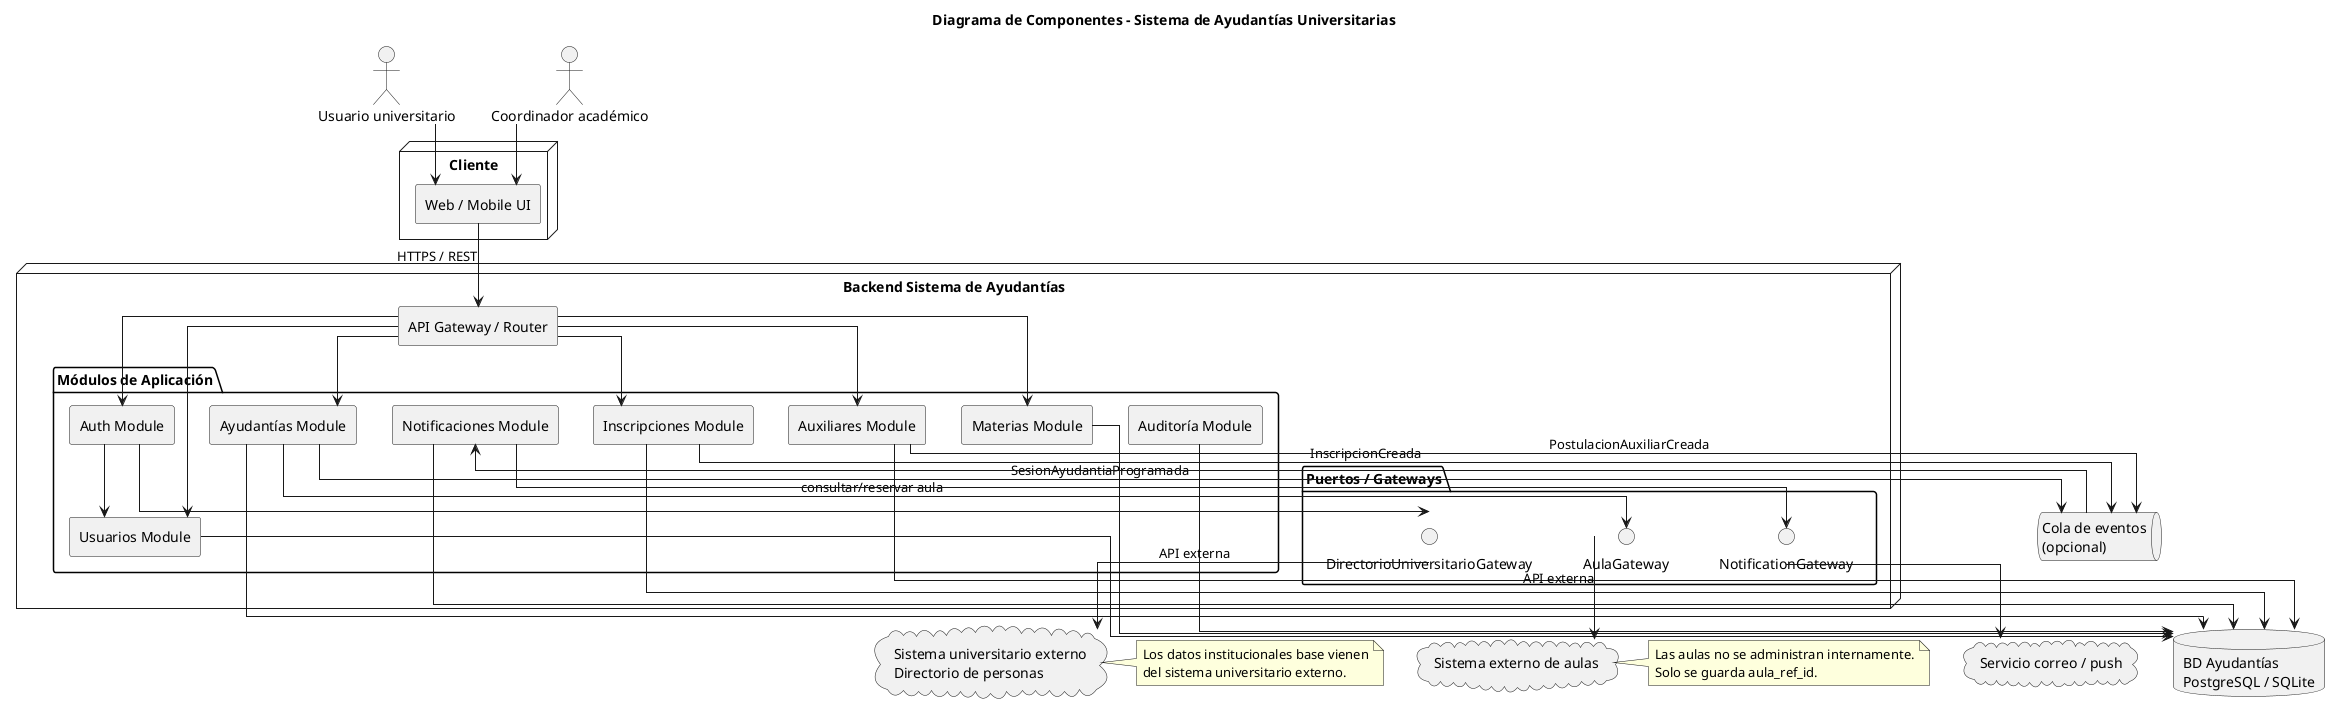
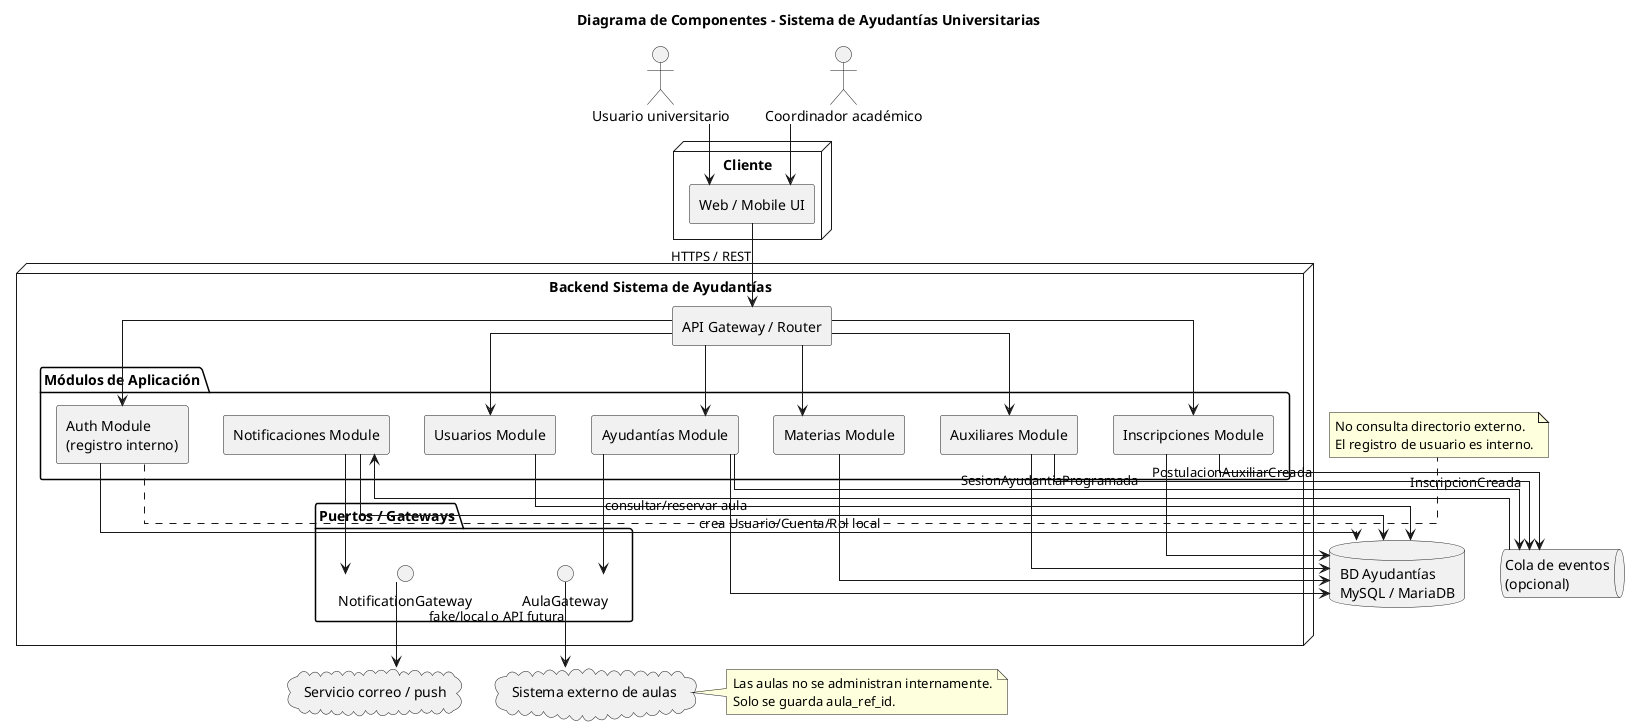
@startuml
- ' ============================================================
- ' DIAGRAMA DE COMPONENTES - Sistema de Ayudantías Universitarias
- ' ============================================================
- 
skinparam componentStyle rectangle
skinparam shadowing false
skinparam linetype ortho

title Diagrama de Componentes - Sistema de Ayudantías Universitarias

actor "Usuario universitario" as Usuario
actor "Coordinador académico" as Coordinador

node "Cliente" {
  component "Web / Mobile UI" as Frontend
}

node "Backend Sistema de Ayudantías" {

  component "API Gateway / Router" as Gateway

  package "Módulos de Aplicación" {
-     component "Auth Module" as Auth
+     component "Auth Module\n(registro interno)" as Auth
    component "Usuarios Module" as Usuarios
    component "Materias Module" as Materias
    component "Ayudantías Module" as Ayudantias
    component "Inscripciones Module" as Inscripciones
    component "Auxiliares Module" as Auxiliares
-     component "Auditoría Module" as Auditoria
    component "Notificaciones Module" as Notificaciones
  }

  package "Puertos / Gateways" {
-     interface "DirectorioUniversitarioGateway" as DirectorioGateway
    interface "AulaGateway" as AulaGateway
    interface "NotificationGateway" as NotificationGateway
  }
}

- database "BD Ayudantías\nPostgreSQL / SQLite" as DB
+ database "BD Ayudantías\nMySQL / MariaDB" as DB
queue "Cola de eventos\n(opcional)" as Broker
- cloud "Sistema universitario externo\nDirectorio de personas" as DirectorioExterno
cloud "Sistema externo de aulas" as AulasExternas
cloud "Servicio correo / push" as ServicioNotificacion

Usuario --> Frontend
Coordinador --> Frontend
Frontend --> Gateway : HTTPS / REST

Gateway --> Auth
Gateway --> Usuarios
Gateway --> Materias
Gateway --> Ayudantias
Gateway --> Inscripciones
Gateway --> Auxiliares

- Auth --> Usuarios
- Auth --> DirectorioGateway
+ Auth --> DB : crea Usuario/Cuenta/Rol local
Usuarios --> DB
Materias --> DB
Ayudantias --> DB
Inscripciones --> DB
Auxiliares --> DB
- Auditoria --> DB
Notificaciones --> DB

Ayudantias --> AulaGateway : consultar/reservar aula
- AulaGateway --> AulasExternas : API externa
- DirectorioGateway --> DirectorioExterno : API externa
+ AulaGateway --> AulasExternas : fake/local o API futura

Inscripciones --> Broker : InscripcionCreada
Auxiliares --> Broker : PostulacionAuxiliarCreada
Ayudantias --> Broker : SesionAyudantiaProgramada
Broker --> Notificaciones
Notificaciones --> NotificationGateway
NotificationGateway --> ServicioNotificacion

+ note right of Auth
+   No consulta directorio externo.
+   El registro de usuario es interno.
+ end note
+ 
note right of AulasExternas
  Las aulas no se administran internamente.
  Solo se guarda aula_ref_id.
end note

- note right of DirectorioExterno
-   Los datos institucionales base vienen
-   del sistema universitario externo.
- end note
- 
@enduml
